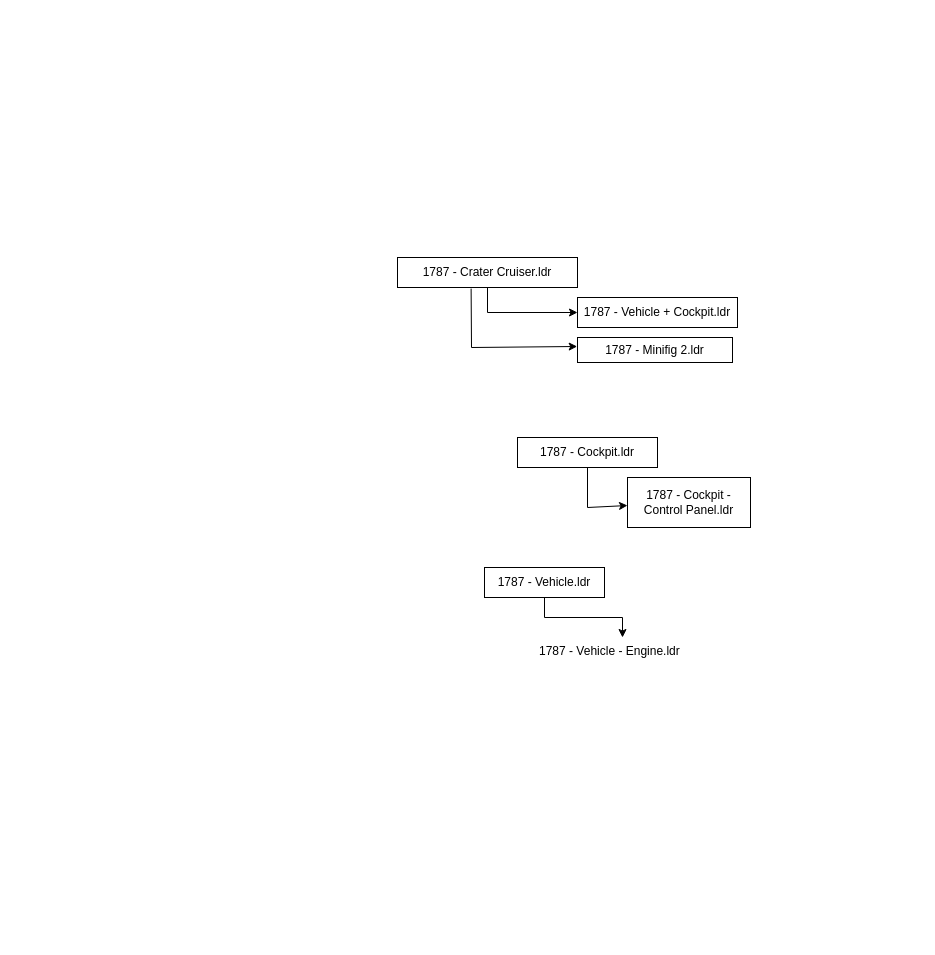
Earlier version of the draw.io diagram page "페이지-1" (1 of 2) of ldraw-model.drawio (cytrix228/ldraw_importer_unity). Source tidied: cells renumbered, new cells numbered last; positions are measured from the earlier drawing's top-left corner, leaving out a move shared by most shapes. Both pictures are drawn from the tidied source at 100%, with x=0, y=0 at pixel (397, 257).
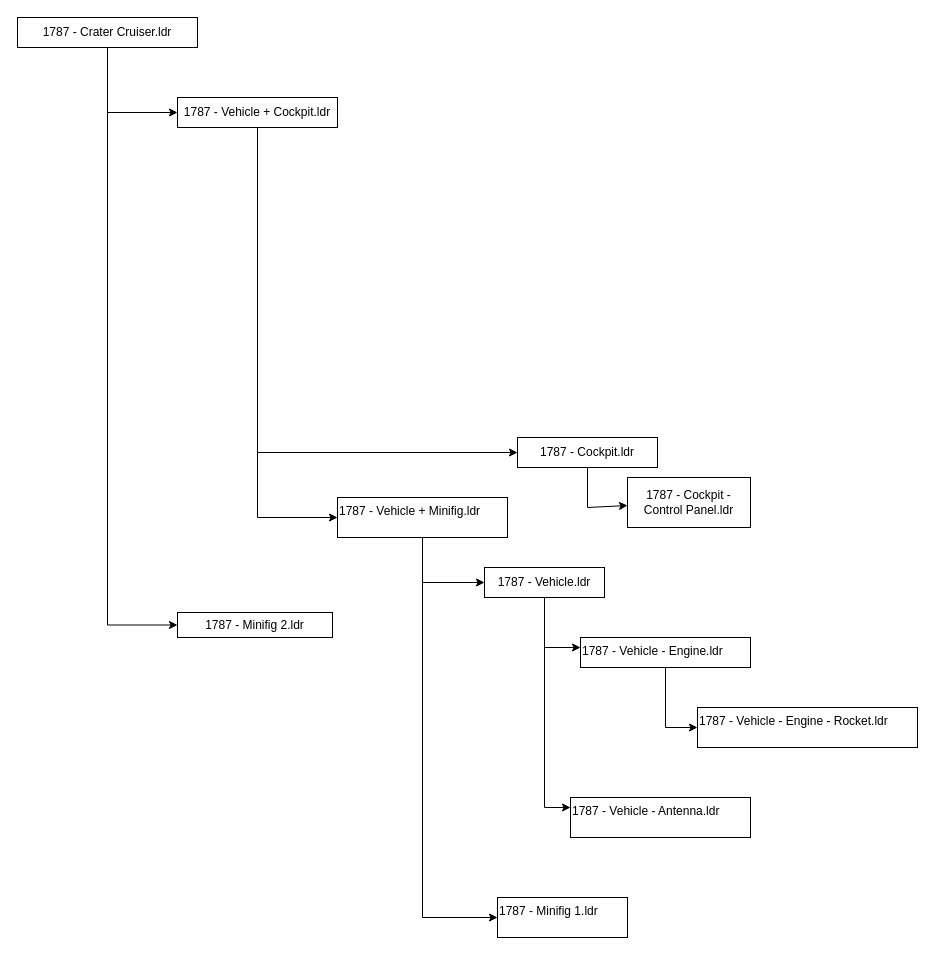
Above is the later version.

Unchanged cells that the change refers to:
```xml
<mxCell id="7" value="1787 - Cockpit.ldr" style="rounded=0;whiteSpace=wrap;html=1;" parent="1" vertex="1">
  <mxGeometry x="120" y="180" width="140" height="30" as="geometry" />
</mxCell>
<mxCell id="11" value="1787 - Vehicle.ldr" style="rounded=0;whiteSpace=wrap;html=1;" parent="1" vertex="1">
  <mxGeometry x="87" y="310" width="120" height="30" as="geometry" />
</mxCell>
```

The edit, as a diff of the source:
```diff
@@
+    <mxCell id="5" style="edgeStyle=orthogonalEdgeStyle;rounded=0;jettySize=auto;html=1;entryX=0;entryY=0.5;entryDx=0;entryDy=0;" parent="1" edge="1" source="2" target="3">
+      <mxGeometry relative="1" as="geometry" />
+    </mxCell>
+    <mxCell id="6" style="edgeStyle=orthogonalEdgeStyle;rounded=0;jettySize=auto;html=1;entryX=0;entryY=0.5;entryDx=0;entryDy=0;" parent="1" edge="1" source="2" target="4">
+      <mxGeometry relative="1" as="geometry" />
+    </mxCell>
     <mxCell id="2" value="1787 - Crater Cruiser.ldr" style="rounded=0;whiteSpace=wrap;html=1;" parent="1" vertex="1">
-      <mxGeometry width="180" height="30" as="geometry" />
+      <mxGeometry x="-380" y="-240" width="180" height="30" as="geometry" />
     </mxCell>
+    <mxCell id="13" style="edgeStyle=orthogonalEdgeStyle;rounded=0;jettySize=auto;html=1;entryX=0;entryY=0.5;entryDx=0;entryDy=0;" parent="1" edge="1" source="3" target="21">
+      <mxGeometry relative="1" as="geometry" />
+    </mxCell>
+    <mxCell id="14" style="edgeStyle=orthogonalEdgeStyle;rounded=0;jettySize=auto;html=1;entryX=0;entryY=0.5;entryDx=0;entryDy=0;" parent="1" edge="1" source="3" target="7">
+      <mxGeometry relative="1" as="geometry">
+        <Array as="points">
+          <mxPoint x="-140" y="195" />
+        </Array>
+      </mxGeometry>
+    </mxCell>
     <mxCell id="3" value="1787 - Vehicle + Cockpit.ldr" style="rounded=0;whiteSpace=wrap;html=1;" parent="1" vertex="1">
-      <mxGeometry x="180" y="40" width="160" height="30" as="geometry" />
+      <mxGeometry x="-220" y="-160" width="160" height="30" as="geometry" />
     </mxCell>
     <mxCell id="4" value="1787 - Minifig 2.ldr" style="rounded=0;whiteSpace=wrap;html=1;" parent="1" vertex="1">
-      <mxGeometry x="180" y="80" width="155" height="25" as="geometry" />
+      <mxGeometry x="-220" y="355" width="155" height="25" as="geometry" />
     </mxCell>
-    <mxCell id="5" style="endArrow=classic;html=1;rounded=0;entryX=0;entryY=0.5;entryDx=0;entryDy=0;" parent="1" edge="1" source="2" target="3">
-      <mxGeometry relative="1" as="geometry">
-        <Array as="points">
-          <mxPoint x="90" y="55" />
-        </Array>
-      </mxGeometry>
-    </mxCell>
-    <mxCell id="6" style="endArrow=classic;html=1;rounded=0;exitX=0.409;exitY=1.036;exitDx=0;exitDy=0;exitPerimeter=0;entryX=-0.002;entryY=0.36;entryDx=0;entryDy=0;entryPerimeter=0;" parent="1" edge="1" source="2" target="4">
-      <mxGeometry relative="1" as="geometry">
-        <Array as="points">
-          <mxPoint x="74" y="90" />
-        </Array>
-      </mxGeometry>
-    </mxCell>
@@
     <mxCell id="10" style="edgeStyle=orthogonalEdgeStyle;rounded=0;jettySize=auto;html=1;" parent="1" edge="1" source="11" target="12">
-      <mxGeometry relative="1" as="geometry" />
+      <mxGeometry relative="1" as="geometry">
+        <Array as="points">
+          <mxPoint x="147" y="390" />
+        </Array>
+      </mxGeometry>
     </mxCell>
+    <mxCell id="15" style="edgeStyle=orthogonalEdgeStyle;rounded=0;jettySize=auto;html=1;exitX=0.5;exitY=1;exitDx=0;exitDy=0;" parent="1" edge="1" source="11" target="17">
+      <mxGeometry relative="1" as="geometry">
+        <Array as="points">
+          <mxPoint x="147" y="550" />
+        </Array>
+      </mxGeometry>
+    </mxCell>
@@
+    <mxCell id="16" style="edgeStyle=orthogonalEdgeStyle;rounded=0;jettySize=auto;html=1;" parent="1" edge="1" source="12" target="18">
+      <mxGeometry relative="1" as="geometry">
+        <Array as="points">
+          <mxPoint x="268" y="470" />
+        </Array>
+      </mxGeometry>
+    </mxCell>
-    <mxCell id="12" value="1787 - Vehicle - Engine.ldr" style="text;whiteSpace=wrap;" parent="1" vertex="1">
-      <mxGeometry x="140" y="380" width="170" height="40" as="geometry" />
+    <mxCell id="12" value="1787 - Vehicle - Engine.ldr" style="text;whiteSpace=wrap;strokeColor=default;" parent="1" vertex="1">
+      <mxGeometry x="183" y="380" width="170" height="30" as="geometry" />
     </mxCell>
+    <mxCell id="17" value="1787 - Vehicle - Antenna.ldr" style="text;whiteSpace=wrap;strokeColor=default;" parent="1" vertex="1">
+      <mxGeometry x="173" y="540" width="180" height="40" as="geometry" />
+    </mxCell>
+    <mxCell id="18" value="1787 - Vehicle - Engine - Rocket.ldr" style="text;whiteSpace=wrap;strokeColor=default;" parent="1" vertex="1">
+      <mxGeometry x="300" y="450" width="220" height="40" as="geometry" />
+    </mxCell>
+    <mxCell id="19" style="edgeStyle=orthogonalEdgeStyle;rounded=0;jettySize=auto;html=1;entryX=0;entryY=0.5;entryDx=0;entryDy=0;" parent="1" edge="1" source="21" target="11">
+      <mxGeometry relative="1" as="geometry" />
+    </mxCell>
+    <mxCell id="20" style="edgeStyle=orthogonalEdgeStyle;rounded=0;jettySize=auto;html=1;exitX=0.5;exitY=1;exitDx=0;exitDy=0;entryX=0;entryY=0.5;entryDx=0;entryDy=0;" parent="1" edge="1" source="21" target="22">
+      <mxGeometry relative="1" as="geometry" />
+    </mxCell>
+    <mxCell id="21" value="1787 - Vehicle + Minifig.ldr" style="text;whiteSpace=wrap;strokeColor=default;" parent="1" vertex="1">
+      <mxGeometry x="-60" y="240" width="170" height="40" as="geometry" />
+    </mxCell>
+    <mxCell id="22" value="1787 - Minifig 1.ldr" style="text;whiteSpace=wrap;strokeColor=default;" parent="1" vertex="1">
+      <mxGeometry x="100" y="640" width="130" height="40" as="geometry" />
+    </mxCell>
```
